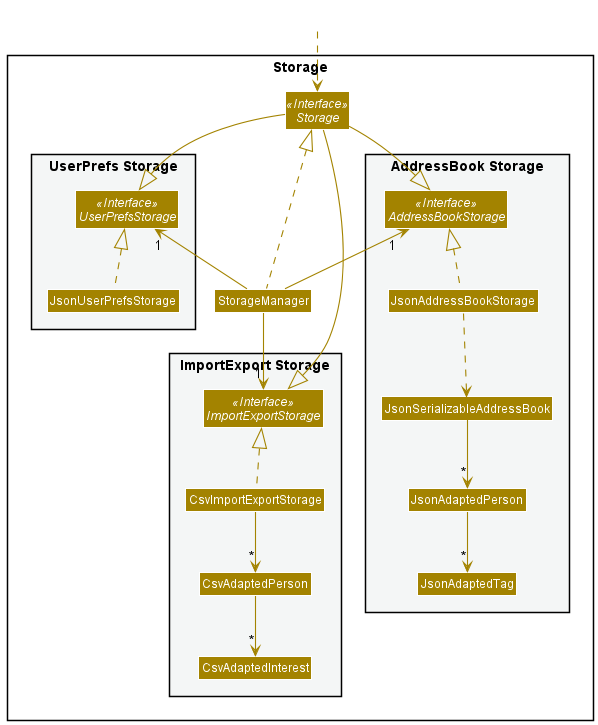
Before: docs/images/StorageClassDiagram2.png, a diagram exported from PlantUML (pranav-ganesh/tp).
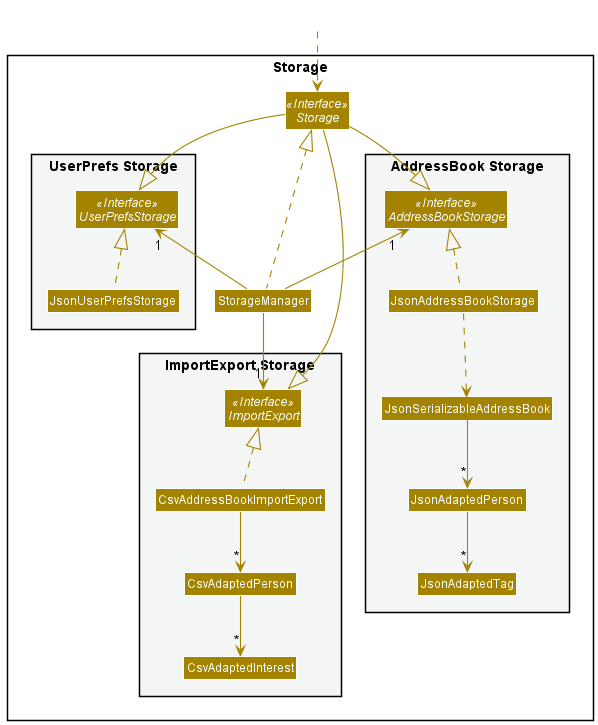
The same diagram one commit later.

Change to the diagram source:
```diff
@@ -23,8 +23,8 @@
 }
 
 package "ImportExport Storage" #F4F6F6{
-Interface ImportExportStorage <<Interface>>
-Class CsvImportExportStorage
+Interface ImportExport <<Interface>>
+Class CsvAddressBookImportExport
 Class CsvAdaptedPerson
 Class CsvAdaptedInterest
 }
@@ -37,14 +37,14 @@
 StorageManager .up.|> Storage
 StorageManager -up-> "1" UserPrefsStorage
 StorageManager -up-> "1" AddressBookStorage
-StorageManager -down-> "1" ImportExportStorage
+StorageManager -down-> "1" ImportExport
 
 Storage -down-|> UserPrefsStorage
 Storage -down-|> AddressBookStorage
-Storage -down-|> ImportExportStorage
+Storage -down-|> ImportExport
 
-CsvImportExportStorage .up.|> ImportExportStorage
-CsvImportExportStorage  --> "*" CsvAdaptedPerson
+CsvAddressBookImportExport .up.|> ImportExport
+CsvAddressBookImportExport  --> "*" CsvAdaptedPerson
 CsvAdaptedPerson  --> "*" CsvAdaptedInterest
 
 JsonUserPrefsStorage .up.|> UserPrefsStorage
```
